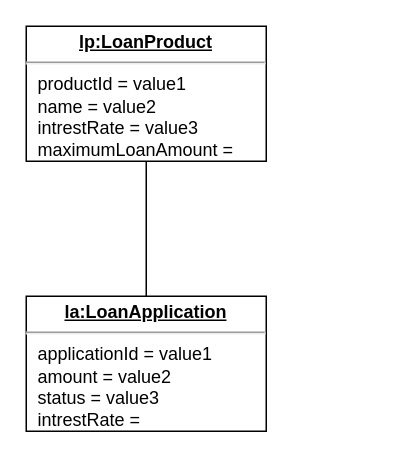
AjnaNushi/drawio keeps this draw.io diagram as Object Diagram 2.drawio. Above is the earlier version. Source tidied: cells renumbered, new cells numbered last; positions are measured from the earlier drawing's top-left corner, leaving out a move shared by most shapes. Both pictures are drawn from the tidied source at 150%, with x=0, y=0 at pixel (26, 26).
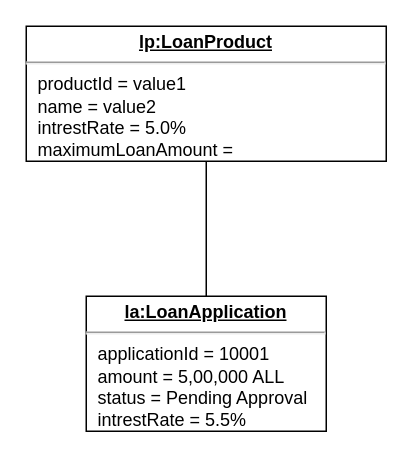
The same page after the edit.

The edit, as a diff of the source:
```diff
@@
 <mxGraphModel>
   <root>
     <mxCell id="0" />
     <mxCell id="1" parent="0" />
-    <mxCell id="2" value="&lt;p style=&quot;margin:0px;margin-top:4px;text-align:center;text-decoration:underline;&quot;&gt;&lt;b&gt;lp:LoanProduct&lt;/b&gt;&lt;/p&gt;&lt;hr&gt;&lt;p style=&quot;margin:0px;margin-left:8px;&quot;&gt;productId = value1&lt;br&gt;name = value2&lt;br&gt;intrestRate = value3&lt;/p&gt;&lt;p style=&quot;margin:0px;margin-left:8px;&quot;&gt;maximumLoanAmount =&amp;nbsp;&lt;/p&gt;" style="verticalAlign=top;align=left;overflow=fill;fontSize=12;fontFamily=Helvetica;html=1;whiteSpace=wrap;" parent="1" vertex="1">
-      <mxGeometry width="160" height="90" as="geometry" />
+    <mxCell id="2" value="&lt;p style=&quot;margin:0px;margin-top:4px;text-align:center;text-decoration:underline;&quot;&gt;&lt;b&gt;lp:LoanProduct&lt;/b&gt;&lt;/p&gt;&lt;hr&gt;&lt;p style=&quot;margin:0px;margin-left:8px;&quot;&gt;productId = value1&lt;br&gt;name = value2&lt;br&gt;intrestRate = 5.0%&lt;/p&gt;&lt;p style=&quot;margin:0px;margin-left:8px;&quot;&gt;maximumLoanAmount =&amp;nbsp;&lt;/p&gt;" style="verticalAlign=top;align=left;overflow=fill;fontSize=12;fontFamily=Helvetica;html=1;whiteSpace=wrap;" parent="1" vertex="1">
+      <mxGeometry width="240" height="90" as="geometry" />
     </mxCell>
-    <mxCell id="3" value="&lt;p style=&quot;margin:0px;margin-top:4px;text-align:center;text-decoration:underline;&quot;&gt;&lt;b&gt;la:LoanApplication&lt;/b&gt;&lt;/p&gt;&lt;hr&gt;&lt;p style=&quot;margin:0px;margin-left:8px;&quot;&gt;applicationId = value1&lt;br&gt;amount = value2&lt;br&gt;status = value3&lt;/p&gt;&lt;p style=&quot;margin:0px;margin-left:8px;&quot;&gt;intrestRate =&lt;/p&gt;" style="verticalAlign=top;align=left;overflow=fill;fontSize=12;fontFamily=Helvetica;html=1;whiteSpace=wrap;" parent="1" vertex="1">
-      <mxGeometry y="180" width="160" height="90" as="geometry" />
+    <mxCell id="3" value="&lt;p style=&quot;margin:0px;margin-top:4px;text-align:center;text-decoration:underline;&quot;&gt;&lt;b&gt;la:LoanApplication&lt;/b&gt;&lt;/p&gt;&lt;hr&gt;&lt;p style=&quot;margin:0px;margin-left:8px;&quot;&gt;applicationId =&amp;nbsp;10001&lt;br&gt;amount = 5,00,000 ALL&lt;br&gt;status = Pending Approval&lt;/p&gt;&lt;p style=&quot;margin:0px;margin-left:8px;&quot;&gt;intrestRate = 5.5%&lt;/p&gt;" style="verticalAlign=top;align=left;overflow=fill;fontSize=12;fontFamily=Helvetica;html=1;whiteSpace=wrap;" parent="1" vertex="1">
+      <mxGeometry x="40" y="180" width="160" height="90" as="geometry" />
     </mxCell>
     <mxCell id="4" style="endArrow=none;html=1;edgeStyle=orthogonalEdgeStyle;rounded=0;exitX=0.5;exitY=1;exitDx=0;exitDy=0;entryX=0.5;entryY=0;entryDx=0;entryDy=0;" parent="1" edge="1" source="2" target="3">
       <mxGeometry relative="1" as="geometry" />
     </mxCell>
   </root>
 </mxGraphModel>
```
